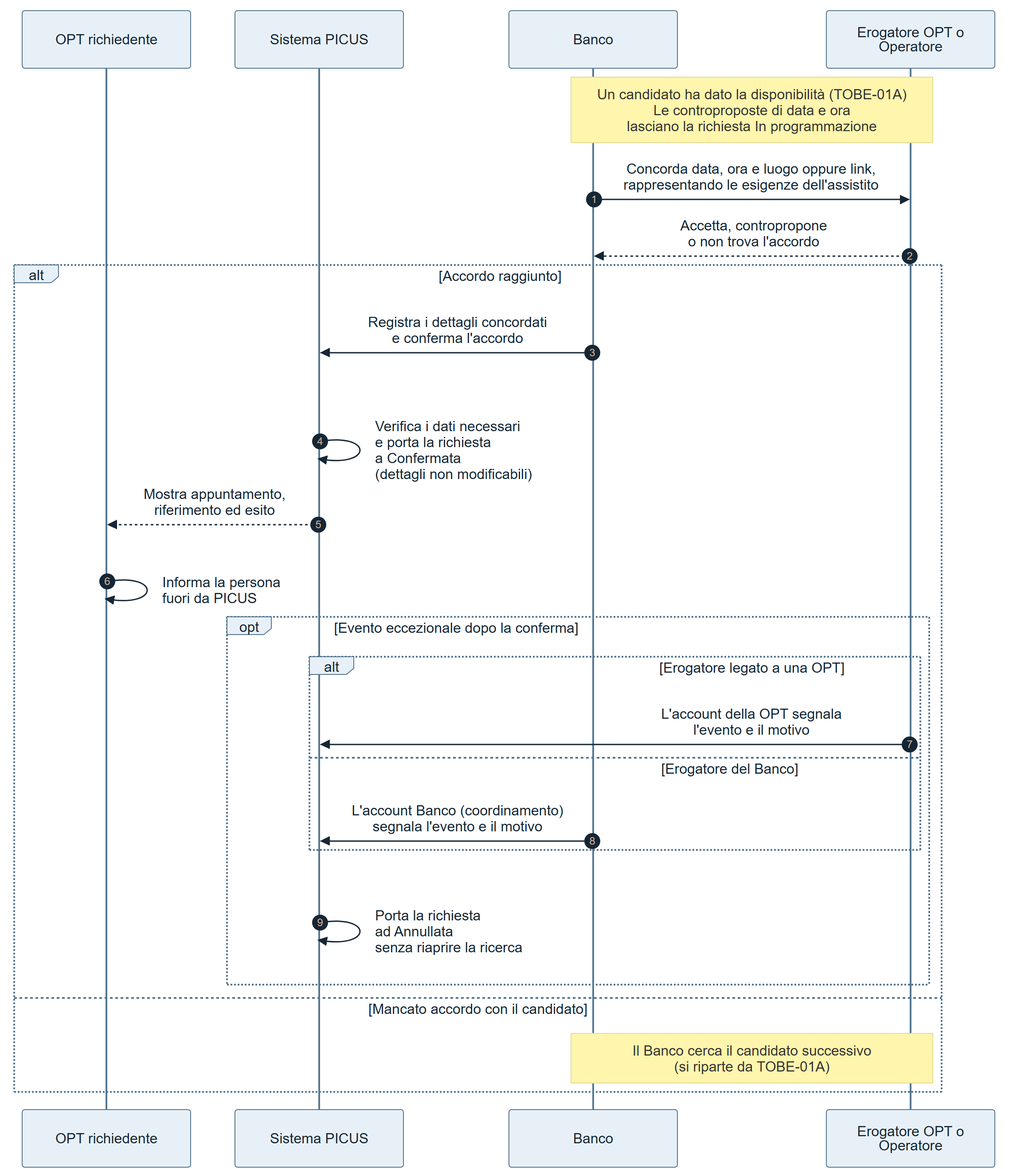
Before: docs/requirements/diagrams/to-be/TOBE-01B-appuntamento-esito.png, a diagram exported from Mermaid (Pinguini-alla-Fragola/Progetto-SAD). Its source is kept beside it as docs/requirements/diagrams/to-be/TOBE-01B-appuntamento-esito.mmd.
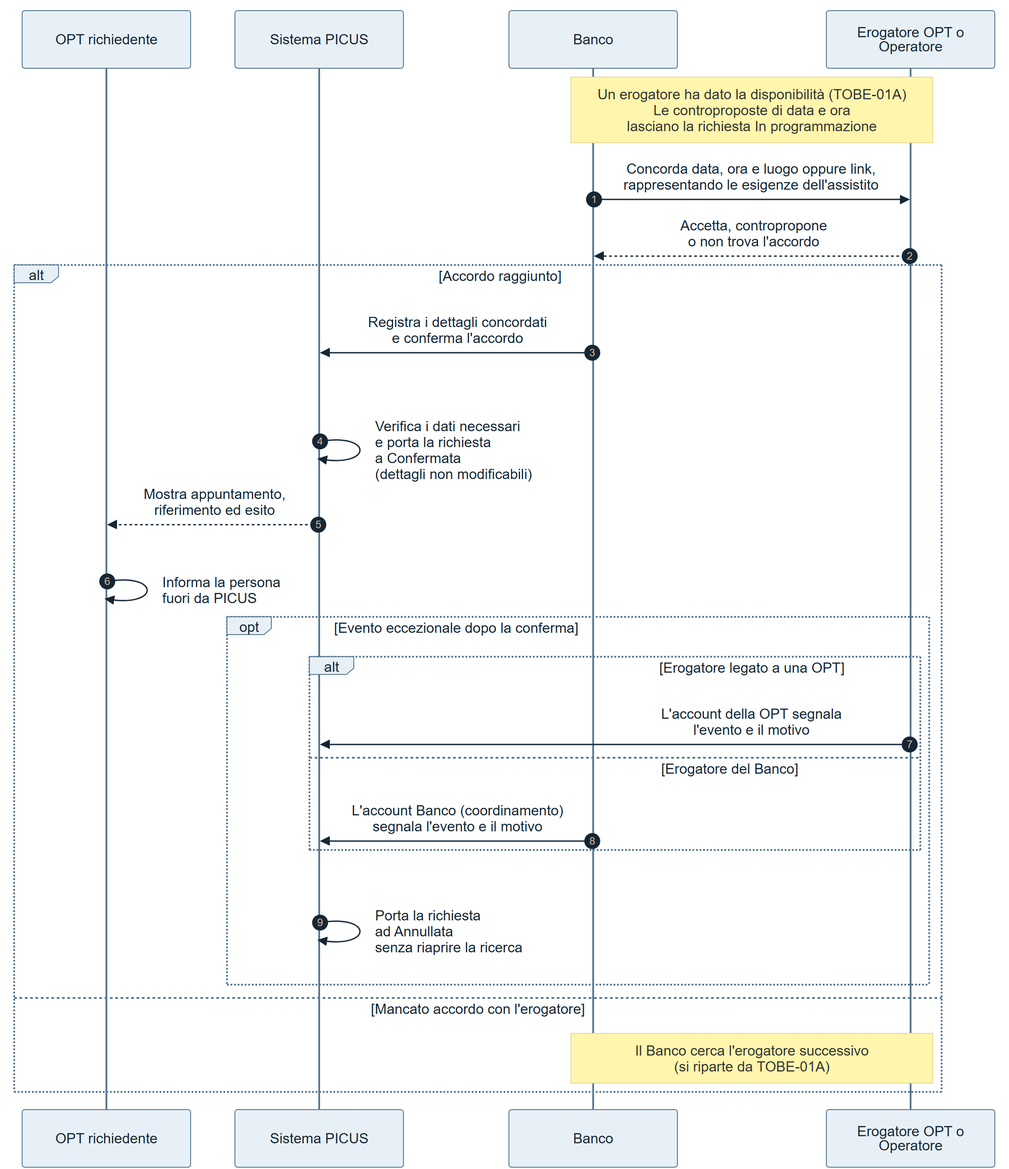
The same file after the commit.

What changed in the source:
```diff
@@ -5,7 +5,7 @@
     participant B as Banco
     participant E as Erogatore OPT o Operatore
 
-    Note over B,E: Un candidato ha dato la disponibilità (TOBE-01A)<br/>Le controproposte di data e ora<br/>lasciano la richiesta In programmazione
+    Note over B,E: Un erogatore ha dato la disponibilità (TOBE-01A)<br/>Le controproposte di data e ora<br/>lasciano la richiesta In programmazione
     B->>E: Concorda data, ora e luogo oppure link,<br/>rappresentando le esigenze dell'assistito
     E-->>B: Accetta, contropropone<br/>o non trova l'accordo
     alt Accordo raggiunto
@@ -21,6 +21,6 @@
             end
             S->>S: Porta la richiesta<br/>ad Annullata<br/>senza riaprire la ricerca
         end
-    else Mancato accordo con il candidato
-        Note over B,E: Il Banco cerca il candidato successivo<br/>(si riparte da TOBE-01A)
+    else Mancato accordo con l'erogatore
+        Note over B,E: Il Banco cerca l'erogatore successivo<br/>(si riparte da TOBE-01A)
     end
```
